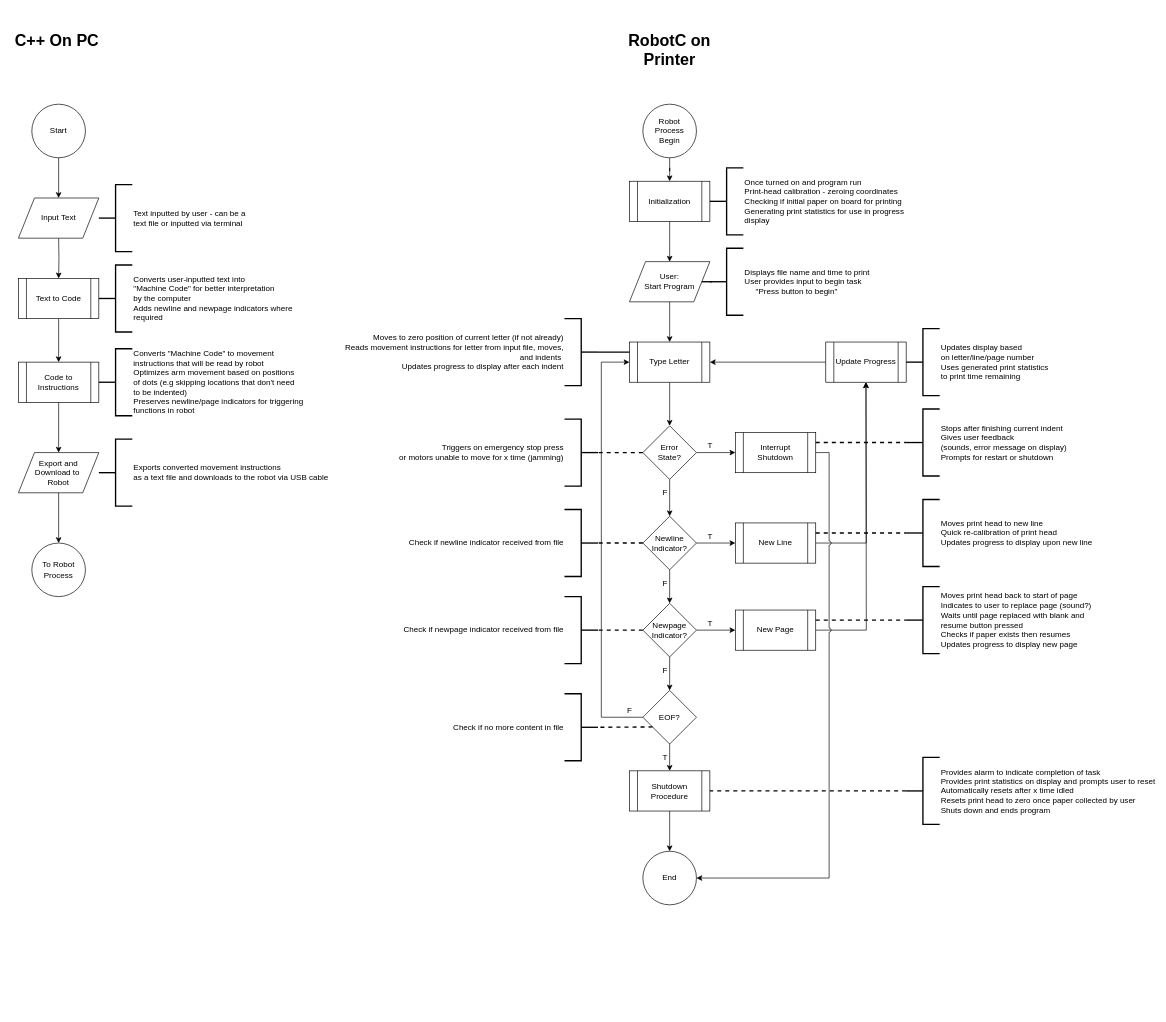
Above: Final Project/ME 101 Final Project - Code Integration Diagram.drawio in Shurimian/me101-programming (draw.io), before the change. Source tidied: cells renumbered, new cells numbered last; positions are measured from the earlier drawing's top-left corner, leaving out a move shared by most shapes. Both pictures are drawn from the tidied source at 67%, with x=0, y=0 at pixel (11, 27).
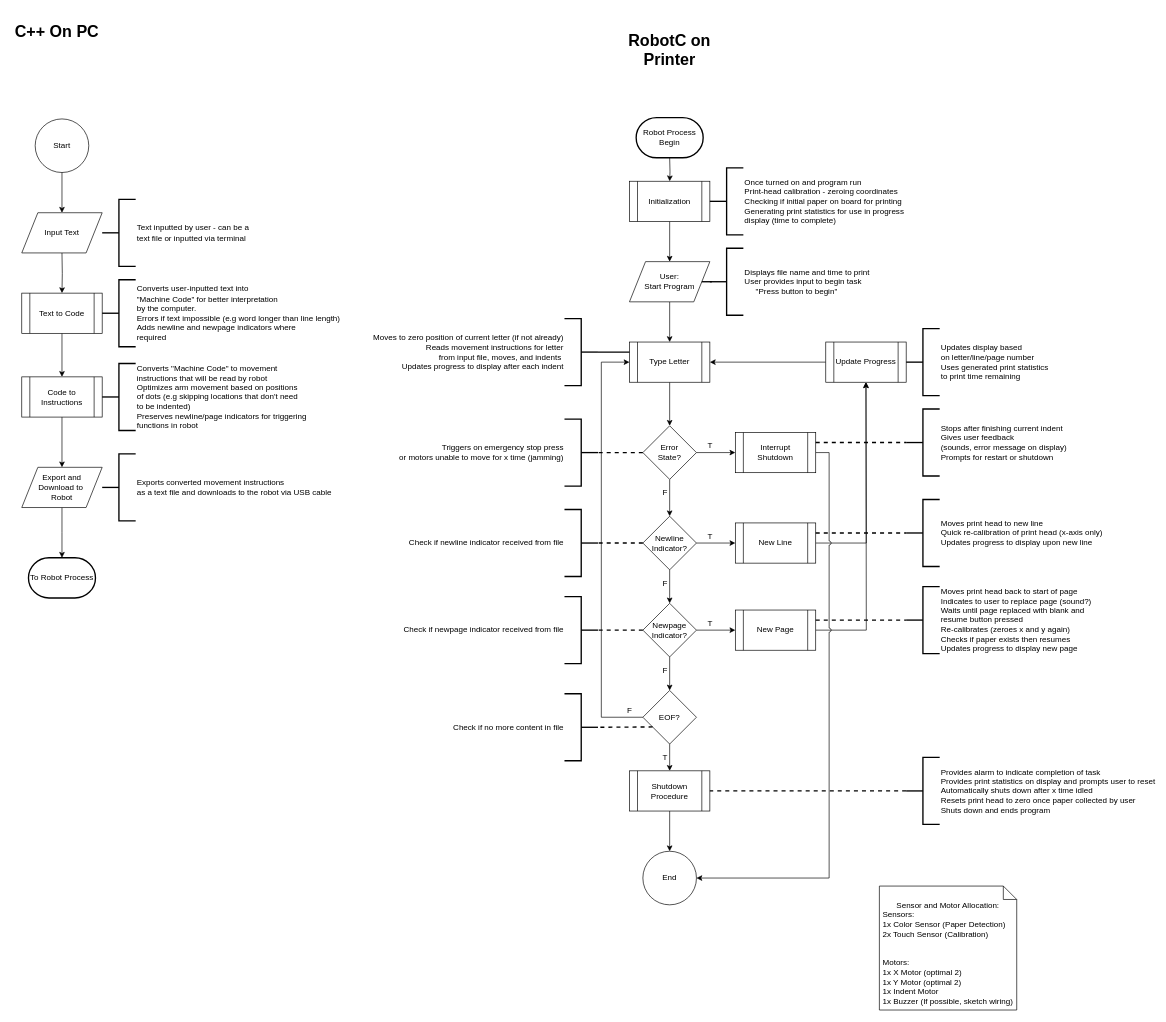
After the change.

Unchanged cells that the change refers to:
```xml
<mxCell id="13" value="Initialization" style="shape=process;whiteSpace=wrap;html=1;backgroundOutline=1;" parent="1" vertex="1">
  <mxGeometry x="922" y="230" width="120" height="60" as="geometry" />
</mxCell>
```

The edit, as a diff of the source:
```diff
@@
     <mxCell id="2" style="edgeStyle=orthogonalEdgeStyle;rounded=0;orthogonalLoop=1;jettySize=auto;html=1;entryX=0.5;entryY=0;entryDx=0;entryDy=0;" parent="1" edge="1">
       <mxGeometry relative="1" as="geometry">
-        <mxPoint x="70" y="190" as="sourcePoint" />
-        <mxPoint x="70" y="255" as="targetPoint" />
+        <mxPoint x="75" y="212" as="sourcePoint" />
+        <mxPoint x="75" y="277" as="targetPoint" />
       </mxGeometry>
     </mxCell>
     <mxCell id="3" style="edgeStyle=orthogonalEdgeStyle;rounded=0;jettySize=auto;html=1;entryX=0.5;entryY=0;entryDx=0;entryDy=0;" parent="1" edge="1" target="5">
       <mxGeometry relative="1" as="geometry">
-        <mxPoint x="70" y="315" as="sourcePoint" />
+        <mxPoint x="75" y="337" as="sourcePoint" />
       </mxGeometry>
     </mxCell>
@@
     <mxCell id="5" value="Text to Code" style="shape=process;whiteSpace=wrap;html=1;backgroundOutline=1;" parent="1" vertex="1">
-      <mxGeometry x="10" y="375" width="120" height="60" as="geometry" />
+      <mxGeometry x="15" y="397" width="120" height="60" as="geometry" />
     </mxCell>
@@
     <mxCell id="7" value="Code to Instructions" style="shape=process;whiteSpace=wrap;html=1;backgroundOutline=1;" parent="1" vertex="1">
-      <mxGeometry x="10" y="500" width="120" height="60" as="geometry" />
+      <mxGeometry x="15" y="522" width="120" height="60" as="geometry" />
     </mxCell>
-    <mxCell id="8" style="edgeStyle=orthogonalEdgeStyle;rounded=0;jettySize=auto;html=1;" parent="1" edge="1" source="9" target="39">
-      <mxGeometry relative="1" as="geometry" />
+    <mxCell id="8" style="edgeStyle=orthogonalEdgeStyle;rounded=0;jettySize=auto;html=1;" parent="1" edge="1" source="9">
+      <mxGeometry relative="1" as="geometry">
+        <mxPoint x="75" y="792" as="targetPoint" />
+      </mxGeometry>
     </mxCell>
     <mxCell id="9" value="Export and&lt;br&gt;Download to&amp;nbsp;&lt;br&gt;Robot" style="shape=parallelogram;perimeter=parallelogramPerimeter;whiteSpace=wrap;html=1;" parent="1" vertex="1">
-      <mxGeometry x="10" y="635" width="120" height="60" as="geometry" />
+      <mxGeometry x="15" y="657" width="120" height="60" as="geometry" />
     </mxCell>
@@
     <mxCell id="22" value="Input Text" style="shape=parallelogram;perimeter=parallelogramPerimeter;whiteSpace=wrap;html=1;" parent="1" vertex="1">
-      <mxGeometry x="10" y="255" width="120" height="60" as="geometry" />
+      <mxGeometry x="15" y="277" width="120" height="60" as="geometry" />
     </mxCell>
     <mxCell id="23" value="Start" style="ellipse;whiteSpace=wrap;html=1;" parent="1" vertex="1">
-      <mxGeometry x="30" y="115" width="80" height="80" as="geometry" />
+      <mxGeometry x="35" y="137" width="80" height="80" as="geometry" />
     </mxCell>
     <mxCell id="24" value="Converts &quot;Machine Code&quot; to movement&amp;nbsp;&lt;br&gt;instructions that will be read by robot&amp;nbsp;&lt;br&gt;Optimizes arm movement based on positions&lt;br&gt;of dots (e.g skipping locations that don't need&lt;br&gt;to be indented)&lt;br&gt;Preserves newline/page indicators for triggering&lt;br&gt;functions in robot" style="strokeWidth=2;html=1;shape=mxgraph.flowchart.annotation_2;align=left;labelPosition=right;" parent="1" vertex="1">
-      <mxGeometry x="130" y="480" width="50" height="100" as="geometry" />
+      <mxGeometry x="135" y="502" width="50" height="100" as="geometry" />
     </mxCell>
-    <mxCell id="25" value="&lt;div&gt;Converts user-inputted text into&amp;nbsp;&lt;/div&gt;&lt;div&gt;&quot;Machine Code&quot; for better interpretation&lt;/div&gt;&lt;div&gt;by the computer&lt;/div&gt;&lt;div&gt;Adds newline and newpage indicators where&amp;nbsp;&lt;/div&gt;&lt;div&gt;required&lt;/div&gt;" style="strokeWidth=2;html=1;shape=mxgraph.flowchart.annotation_2;align=left;labelPosition=right;" parent="1" vertex="1">
-      <mxGeometry x="130" y="355" width="50" height="100" as="geometry" />
+    <mxCell id="25" value="&lt;div&gt;Converts user-inputted text into&amp;nbsp;&lt;/div&gt;&lt;div&gt;&quot;Machine Code&quot; for better interpretation&lt;/div&gt;&lt;div&gt;by the computer.&lt;/div&gt;&lt;div&gt;Errors if text impossible (e.g word longer than line length)&lt;/div&gt;&lt;div&gt;Adds newline and newpage indicators where&amp;nbsp;&lt;/div&gt;&lt;div&gt;required&lt;/div&gt;" style="strokeWidth=2;html=1;shape=mxgraph.flowchart.annotation_2;align=left;labelPosition=right;" parent="1" vertex="1">
+      <mxGeometry x="135" y="377" width="50" height="100" as="geometry" />
     </mxCell>
-    <mxCell id="26" value="Once turned on and program run&lt;br&gt;Print-head calibration - zeroing coordinates&lt;br&gt;Checking if initial paper on board for printing&lt;br&gt;Generating print statistics for use in progress&lt;br&gt;display" style="strokeWidth=2;html=1;shape=mxgraph.flowchart.annotation_2;align=left;labelPosition=right;" parent="1" vertex="1">
+    <mxCell id="26" value="Once turned on and program run&lt;br&gt;Print-head calibration - zeroing coordinates&lt;br&gt;Checking if initial paper on board for printing&lt;br&gt;Generating print statistics for use in progress&lt;br&gt;display (time to complete)" style="strokeWidth=2;html=1;shape=mxgraph.flowchart.annotation_2;align=left;labelPosition=right;" parent="1" vertex="1">
       <mxGeometry x="1042" y="210" width="50" height="100" as="geometry" />
     </mxCell>
-    <mxCell id="27" value="Moves print head to new line&lt;br&gt;Quick re-calibration of print head&lt;br&gt;Updates progress to display upon new line" style="strokeWidth=2;html=1;shape=mxgraph.flowchart.annotation_2;align=left;labelPosition=right;" parent="1" vertex="1">
+    <mxCell id="27" value="Moves print head to new line&lt;br&gt;Quick re-calibration of print head (x-axis only)&lt;br&gt;Updates progress to display upon new line" style="strokeWidth=2;html=1;shape=mxgraph.flowchart.annotation_2;align=left;labelPosition=right;" parent="1" vertex="1">
       <mxGeometry x="1335" y="705" width="50" height="100" as="geometry" />
     </mxCell>
-    <mxCell id="28" value="Moves print head back to start of page&lt;br&gt;Indicates to user to replace page (sound?)&lt;br&gt;Waits until page replaced with blank and&amp;nbsp;&lt;br&gt;resume button pressed&lt;br&gt;Checks if paper exists then resumes&lt;br&gt;Updates progress to display new page" style="strokeWidth=2;html=1;shape=mxgraph.flowchart.annotation_2;align=left;labelPosition=right;" parent="1" vertex="1">
+    <mxCell id="28" value="Moves print head back to start of page&lt;br&gt;Indicates to user to replace page (sound?)&lt;br&gt;Waits until page replaced with blank and&amp;nbsp;&lt;br&gt;resume button pressed&lt;br&gt;Re-calibrates (zeroes x and y again)&lt;br&gt;Checks if paper exists then resumes&lt;br&gt;Updates progress to display new page" style="strokeWidth=2;html=1;shape=mxgraph.flowchart.annotation_2;align=left;labelPosition=right;" parent="1" vertex="1">
       <mxGeometry x="1335" y="835" width="50" height="100" as="geometry" />
     </mxCell>
-    <mxCell id="29" value="Provides alarm to indicate completion of task&lt;br&gt;Provides print statistics on display and prompts user to reset&lt;br&gt;Automatically resets after x time idled&lt;br&gt;Resets print head to zero once paper collected by user&lt;br&gt;Shuts down and ends program" style="strokeWidth=2;html=1;shape=mxgraph.flowchart.annotation_2;align=left;labelPosition=right;" parent="1" vertex="1">
+    <mxCell id="29" value="Provides alarm to indicate completion of task&lt;br&gt;Provides print statistics on display and prompts user to reset&lt;br&gt;Automatically shuts down after x time idled&lt;br&gt;Resets print head to zero once paper collected by user&lt;br&gt;Shuts down and ends program" style="strokeWidth=2;html=1;shape=mxgraph.flowchart.annotation_2;align=left;labelPosition=right;" parent="1" vertex="1">
       <mxGeometry x="1335" y="1090" width="50" height="100" as="geometry" />
     </mxCell>
     <mxCell id="30" value="Text inputted by user - can be a &lt;br&gt;text file or inputted via terminal" style="strokeWidth=2;html=1;shape=mxgraph.flowchart.annotation_2;align=left;labelPosition=right;" parent="1" vertex="1">
-      <mxGeometry x="130" y="235" width="50" height="100" as="geometry" />
+      <mxGeometry x="135" y="257" width="50" height="100" as="geometry" />
     </mxCell>
     <mxCell id="31" value="Exports converted movement instructions&lt;br&gt;as a text file and downloads to the robot via USB cable" style="strokeWidth=2;html=1;shape=mxgraph.flowchart.annotation_2;align=left;labelPosition=right;" parent="1" vertex="1">
-      <mxGeometry x="130" y="615" width="50" height="100" as="geometry" />
+      <mxGeometry x="135" y="637" width="50" height="100" as="geometry" />
     </mxCell>
@@
-    <mxCell id="36" style="edgeStyle=orthogonalEdgeStyle;rounded=0;jettySize=auto;html=1;" parent="1" edge="1" source="37" target="13">
-      <mxGeometry relative="1" as="geometry" />
+    <mxCell id="36" style="edgeStyle=orthogonalEdgeStyle;rounded=0;jettySize=auto;html=1;" parent="1" edge="1" target="13">
+      <mxGeometry relative="1" as="geometry">
+        <mxPoint x="982" y="195" as="sourcePoint" />
+      </mxGeometry>
     </mxCell>
-    <mxCell id="37" value="Robot Process&lt;br&gt;Begin" style="ellipse;whiteSpace=wrap;html=1;" parent="1" vertex="1">
-      <mxGeometry x="942" y="115" width="80" height="80" as="geometry" />
-    </mxCell>
@@
-    <mxCell id="39" value="To Robot Process" style="ellipse;whiteSpace=wrap;html=1;" parent="1" vertex="1">
-      <mxGeometry x="30" y="770" width="80" height="80" as="geometry" />
-    </mxCell>
     <mxCell id="40" value="&lt;h1&gt;C++ On PC&lt;/h1&gt;" style="text;html=1;strokeColor=none;fillColor=none;spacing=5;spacingTop=-20;whiteSpace=wrap;overflow=hidden;rounded=0;" parent="1" vertex="1">
-      <mxGeometry width="140" height="55" as="geometry" />
+      <mxGeometry y="-13" width="140" height="55" as="geometry" />
     </mxCell>
@@
-    <mxCell id="44" value="&lt;span style=&quot;text-align: left&quot;&gt;Moves to zero position of current letter (if not already)&lt;/span&gt;&lt;br style=&quot;text-align: left&quot;&gt;&lt;span style=&quot;text-align: left&quot;&gt;Reads movement instructions for letter from input file, moves,&lt;/span&gt;&lt;br style=&quot;text-align: left&quot;&gt;&lt;span style=&quot;text-align: left&quot;&gt;and indents&amp;nbsp;&lt;/span&gt;&lt;br style=&quot;text-align: left&quot;&gt;&lt;span style=&quot;text-align: left&quot;&gt;Updates progress to display after each indent&lt;/span&gt;" style="strokeWidth=2;html=1;shape=mxgraph.flowchart.annotation_2;align=right;labelPosition=left;direction=west;verticalLabelPosition=middle;verticalAlign=middle;" parent="1" vertex="1">
+    <mxCell id="44" value="&lt;span style=&quot;text-align: left&quot;&gt;Moves to zero position of current letter (if not already)&lt;/span&gt;&lt;br style=&quot;text-align: left&quot;&gt;&lt;span style=&quot;text-align: left&quot;&gt;Reads movement instructions for letter &lt;br&gt;from input file, moves,&amp;nbsp;&lt;/span&gt;&lt;span style=&quot;text-align: left&quot;&gt;and indents&amp;nbsp;&lt;/span&gt;&lt;br style=&quot;text-align: left&quot;&gt;&lt;span style=&quot;text-align: left&quot;&gt;Updates progress to display after each indent&lt;/span&gt;" style="strokeWidth=2;html=1;shape=mxgraph.flowchart.annotation_2;align=right;labelPosition=left;direction=west;verticalLabelPosition=middle;verticalAlign=middle;" parent="1" vertex="1">
       <mxGeometry x="825" y="435" width="50" height="100" as="geometry" />
     </mxCell>
@@
+    <mxCell id="39" value="To Robot Process" style="strokeWidth=2;html=1;shape=mxgraph.flowchart.terminator;whiteSpace=wrap;" parent="1" vertex="1">
+      <mxGeometry x="25" y="792" width="100" height="60" as="geometry" />
+    </mxCell>
+    <mxCell id="37" value="Robot Process Begin" style="strokeWidth=2;html=1;shape=mxgraph.flowchart.terminator;whiteSpace=wrap;" parent="1" vertex="1">
+      <mxGeometry x="932" y="135" width="100" height="60" as="geometry" />
+    </mxCell>
+    <mxCell id="80" value="&lt;br&gt;Sensor and Motor Allocation:&lt;br&gt;&lt;div style=&quot;text-align: left&quot;&gt;Sensors:&lt;/div&gt;&lt;div style=&quot;text-align: left&quot;&gt;1x Color Sensor (Paper Detection)&lt;/div&gt;&lt;div style=&quot;text-align: left&quot;&gt;2x Touch Sensor (Calibration)&lt;/div&gt;&lt;div style=&quot;text-align: left&quot;&gt;&lt;br&gt;&lt;/div&gt;&lt;div style=&quot;text-align: left&quot;&gt;&lt;br&gt;&lt;/div&gt;&lt;div style=&quot;text-align: left&quot;&gt;Motors:&lt;/div&gt;&lt;div style=&quot;text-align: left&quot;&gt;1x X Motor (optimal 2)&lt;/div&gt;&lt;div style=&quot;text-align: left&quot;&gt;1x Y Motor (optimal 2)&lt;/div&gt;&lt;div style=&quot;text-align: left&quot;&gt;1x Indent Motor&lt;/div&gt;&lt;div style=&quot;text-align: left&quot;&gt;1x Buzzer (If possible, sketch wiring)&lt;/div&gt;" style="shape=note;size=20;whiteSpace=wrap;html=1;labelPosition=center;verticalLabelPosition=middle;align=center;verticalAlign=middle;" parent="1" vertex="1">
+      <mxGeometry x="1295" y="1282" width="205" height="185" as="geometry" />
+    </mxCell>
```
